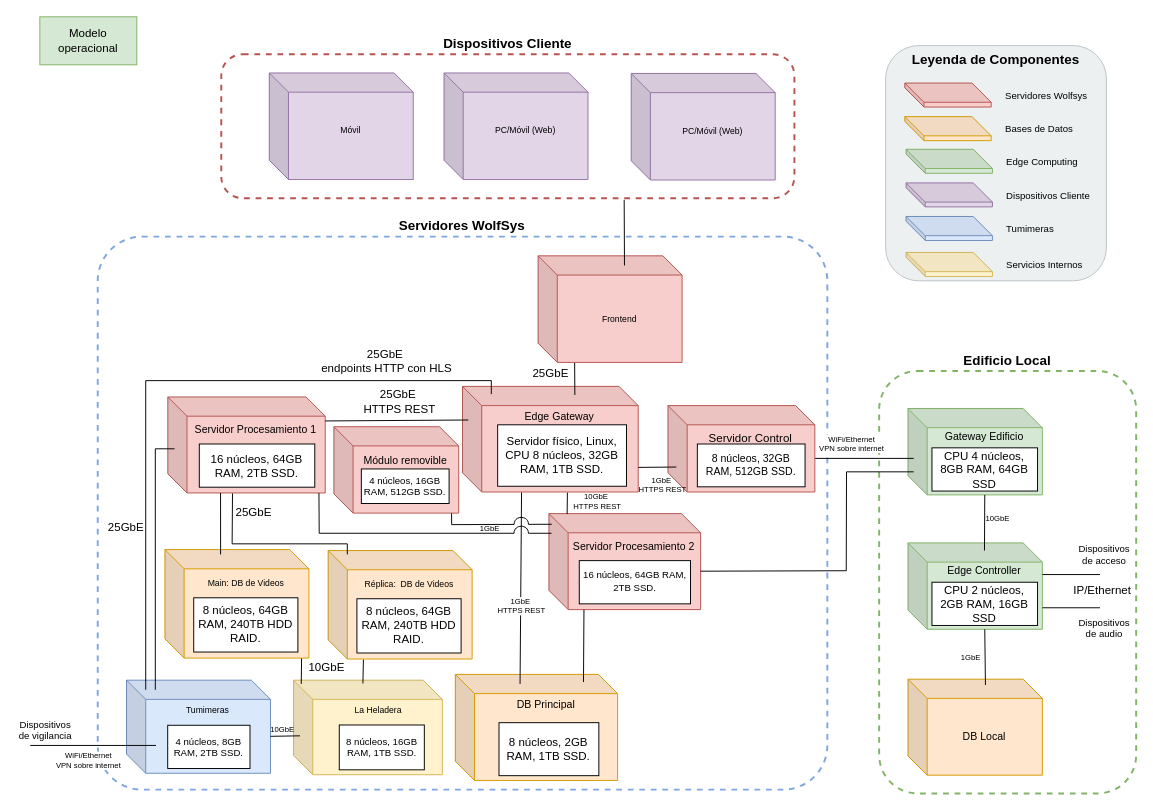
Before: Documentación de la arquitectura/Diagramas/Editables-drawio/Modelo-operacional.drawio in LIMoreno04/Caso-de-estudio---WolfSys---Arquitectura, a draw.io diagram. Source tidied: cells renumbered, new cells numbered last; positions are measured from the earlier drawing's top-left corner, leaving out a move shared by most shapes. Both pictures are drawn from the tidied source at 96%, with x=0, y=0 at pixel (16, 16).
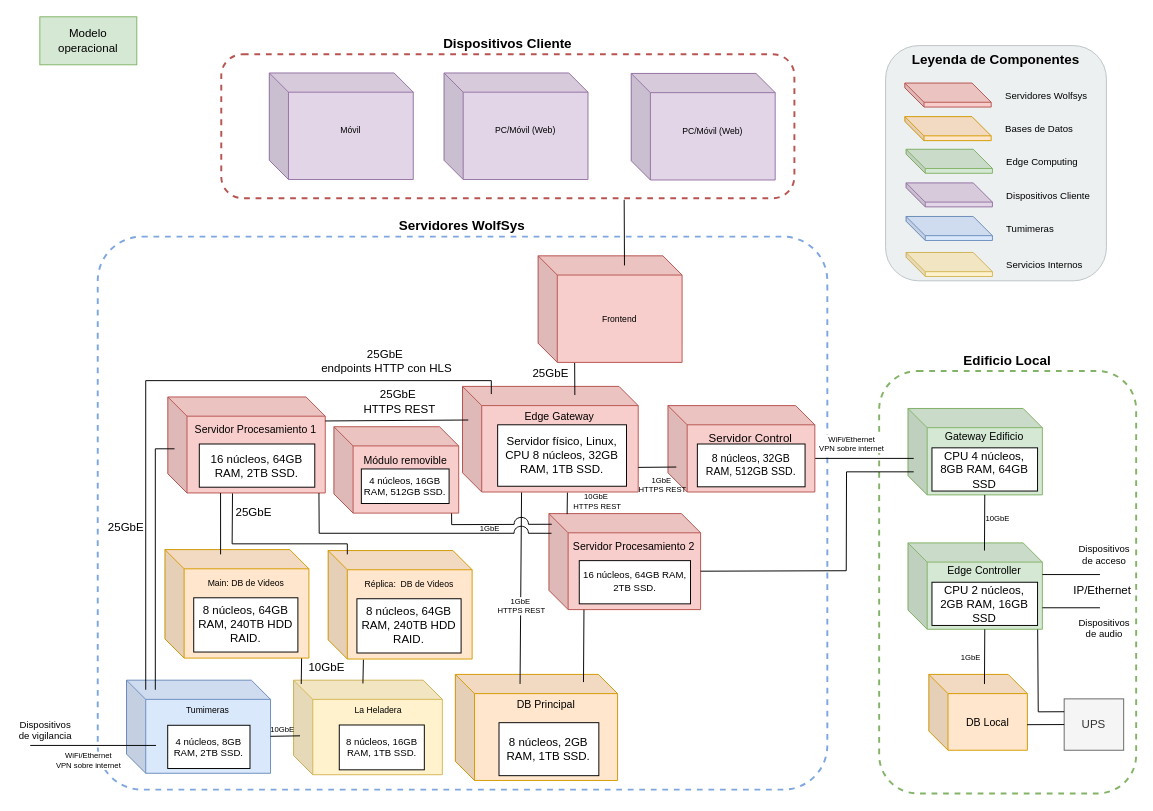
After the change.

The change refers to these unchanged cells:
```xml
<mxCell id="18" value="Edge Controller&lt;br&gt;&lt;br&gt;&lt;div&gt;&lt;br&gt;&lt;/div&gt;&lt;div&gt;&lt;br&gt;&lt;/div&gt;&lt;div&gt;&lt;br&gt;&lt;/div&gt;" style="shape=cube;whiteSpace=wrap;html=1;boundedLbl=1;backgroundOutline=1;darkOpacity=0.05;darkOpacity2=0.1;fillColor=#d5e8d4;strokeColor=#82b366;fontSize=11;fontStyle=0;" parent="17" vertex="1">
  <mxGeometry width="140" height="90" as="geometry" />
</mxCell>
```

Diff of the diagram source:
```diff
@@
     <mxCell id="15" style="group;" parent="1" vertex="1">
-      <mxGeometry x="928.3" y="690" width="140" height="100" as="geometry" />
+      <mxGeometry x="950" y="685" width="102.7" height="79" as="geometry" />
     </mxCell>
     <mxCell id="16" value="DB Local" style="shape=cube;whiteSpace=wrap;html=1;boundedLbl=1;backgroundOutline=1;darkOpacity=0.05;darkOpacity2=0.1;fillColor=#ffe6cc;strokeColor=#d79b00;fontSize=11;fontStyle=0;" parent="15" vertex="1">
-      <mxGeometry width="140" height="100" as="geometry" />
+      <mxGeometry width="102.7" height="79" as="geometry" />
     </mxCell>
@@
     <mxCell id="70" style="endArrow=none;html=1;rounded=0;entryX=0;entryY=0;entryDx=80;entryDy=90;entryPerimeter=0;" parent="1" edge="1" target="18">
       <mxGeometry relative="1" as="geometry">
-        <mxPoint x="1009" y="696" as="sourcePoint" />
+        <mxPoint x="1008" y="695" as="sourcePoint" />
       </mxGeometry>
     </mxCell>
@@
+    <mxCell id="103" value="UPS" style="rounded=0;whiteSpace=wrap;html=1;fillColor=#f5f5f5;fontColor=#333333;strokeColor=#666666;" parent="1" vertex="1">
+      <mxGeometry x="1091" y="710.5" width="62" height="53.5" as="geometry" />
+    </mxCell>
+    <mxCell id="104" style="endArrow=none;html=1;rounded=0;exitX=0;exitY=0.25;exitDx=0;exitDy=0;entryX=0.965;entryY=1.003;entryDx=0;entryDy=0;entryPerimeter=0;" parent="1" edge="1" source="103" target="18">
+      <mxGeometry relative="1" as="geometry">
+        <Array as="points">
+          <mxPoint x="1064" y="724" />
+        </Array>
+      </mxGeometry>
+    </mxCell>
+    <mxCell id="105" style="endArrow=none;html=1;rounded=0;exitX=0.997;exitY=0.663;exitDx=0;exitDy=0;exitPerimeter=0;entryX=0;entryY=0.5;entryDx=0;entryDy=0;" parent="1" edge="1" source="16" target="103">
+      <mxGeometry relative="1" as="geometry" />
+    </mxCell>
```
